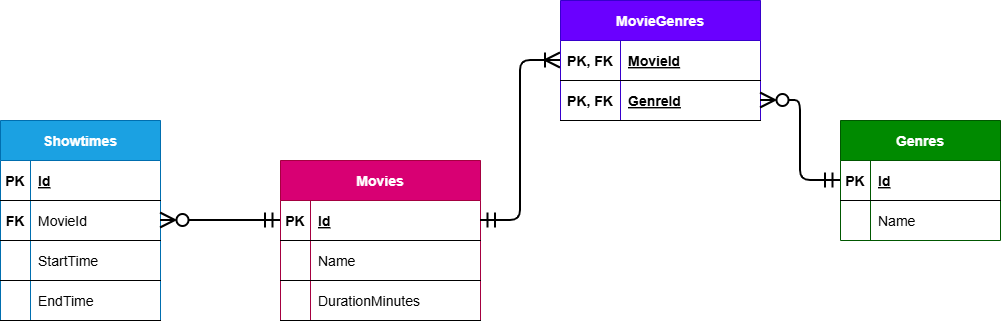
mazenaly256/Cinema-Seat-Reservation-System keeps this draw.io diagram as services/movie-service/docs/database/movie-service-database-relational-schema.png. Above is the earlier version. Source tidied: cells renumbered, new cells last; positions are measured from the earlier drawing's top-left corner, leaving out a move shared by most shapes. Source of this version:
```xml
<mxGraphModel background="light-dark(#ffffff, #121212)">
  <root>
    <mxCell id="0" />
    <mxCell id="1" parent="0" />
    <mxCell id="2" value="Movies" style="shape=table;startSize=40;rowLines=0;fontStyle=1;align=center;fillColor=#d80073;strokeColor=#A50040;fontColor=#ffffff;fontSize=14;" parent="1" vertex="1">
      <mxGeometry x="280" y="160" width="200" height="160" as="geometry" />
    </mxCell>
    <mxCell id="3" style="shape=partialRectangle;fillColor=none;points=[[0,0.5],[1,0.5]];portConstraint=eastwest;top=0;left=0;right=0;bottom=1;fontSize=14;" parent="2" vertex="1">
      <mxGeometry y="40" width="200" height="40" as="geometry" />
    </mxCell>
    <mxCell id="4" value="PK" style="shape=partialRectangle;overflow=hidden;fillColor=none;top=0;left=0;bottom=0;right=0;fontStyle=1;fontSize=14;" parent="3" vertex="1">
      <mxGeometry width="30" height="40" as="geometry" />
    </mxCell>
    <mxCell id="5" value="Id" style="shape=partialRectangle;overflow=hidden;fillColor=none;top=0;left=0;bottom=0;right=0;align=left;spacingLeft=6;fontStyle=5;fontSize=14;" parent="3" vertex="1">
      <mxGeometry x="30" width="170" height="40" as="geometry" />
    </mxCell>
    <mxCell id="6" style="shape=partialRectangle;fillColor=none;top=0;left=0;right=0;bottom=1;fontSize=14;" parent="2" vertex="1">
      <mxGeometry y="80" width="200" height="40" as="geometry" />
    </mxCell>
    <mxCell id="7" style="shape=partialRectangle;overflow=hidden;fillColor=none;top=0;left=0;bottom=0;right=0;fontStyle=1;fontSize=14;" parent="6" vertex="1">
      <mxGeometry width="30" height="40" as="geometry" />
    </mxCell>
    <mxCell id="8" value="Name" style="shape=partialRectangle;overflow=hidden;fillColor=none;top=0;left=0;bottom=0;right=0;align=left;spacingLeft=6;fontStyle=0;fontSize=14;" parent="6" vertex="1">
      <mxGeometry x="30" width="170" height="40" as="geometry" />
    </mxCell>
    <mxCell id="9" style="shape=partialRectangle;fillColor=none;top=0;left=0;right=0;bottom=1;fontSize=14;" parent="2" vertex="1">
      <mxGeometry y="120" width="200" height="40" as="geometry" />
    </mxCell>
    <mxCell id="10" style="shape=partialRectangle;overflow=hidden;fillColor=none;top=0;left=0;bottom=0;right=0;fontStyle=1;fontSize=14;" parent="9" vertex="1">
      <mxGeometry width="30" height="40" as="geometry" />
    </mxCell>
    <mxCell id="11" value="DurationMinutes" style="shape=partialRectangle;overflow=hidden;fillColor=none;top=0;left=0;bottom=0;right=0;align=left;spacingLeft=6;fontStyle=0;fontSize=14;" parent="9" vertex="1">
      <mxGeometry x="30" width="170" height="40" as="geometry" />
    </mxCell>
    <mxCell id="12" value="Genres" style="shape=table;startSize=40;rowLines=0;fontStyle=1;align=center;fillColor=#008a00;fontColor=#ffffff;strokeColor=#005700;fontSize=14;" parent="1" vertex="1">
      <mxGeometry x="840" y="120" width="160" height="120" as="geometry" />
    </mxCell>
    <mxCell id="13" style="shape=partialRectangle;fillColor=none;points=[[0,0.5],[1,0.5]];portConstraint=eastwest;top=0;left=0;right=0;bottom=1;fontSize=14;" parent="12" vertex="1">
      <mxGeometry y="40" width="160" height="40" as="geometry" />
    </mxCell>
    <mxCell id="14" value="PK" style="shape=partialRectangle;overflow=hidden;fillColor=none;top=0;left=0;bottom=0;right=0;fontStyle=1;fontSize=14;" parent="13" vertex="1">
      <mxGeometry width="30" height="40" as="geometry" />
    </mxCell>
    <mxCell id="15" value="Id" style="shape=partialRectangle;overflow=hidden;fillColor=none;top=0;left=0;bottom=0;right=0;align=left;spacingLeft=6;fontStyle=5;fontSize=14;" parent="13" vertex="1">
      <mxGeometry x="30" width="130" height="40" as="geometry" />
    </mxCell>
    <mxCell id="16" style="shape=partialRectangle;fillColor=none;top=0;left=0;right=0;bottom=0;fontSize=14;" parent="12" vertex="1">
      <mxGeometry y="80" width="160" height="40" as="geometry" />
    </mxCell>
    <mxCell id="17" style="shape=partialRectangle;overflow=hidden;fillColor=none;top=0;left=0;bottom=0;right=0;fontSize=14;" parent="16" vertex="1">
      <mxGeometry width="30" height="40" as="geometry" />
    </mxCell>
    <mxCell id="18" value="Name" style="shape=partialRectangle;overflow=hidden;fillColor=none;top=0;left=0;bottom=0;right=0;align=left;spacingLeft=6;fontSize=14;" parent="16" vertex="1">
      <mxGeometry x="30" width="130" height="40" as="geometry" />
    </mxCell>
    <mxCell id="19" value="Showtimes" style="shape=table;startSize=40;rowLines=0;fontStyle=1;align=center;fillColor=#1ba1e2;strokeColor=#006EAF;fontColor=#ffffff;fontSize=14;" parent="1" vertex="1">
      <mxGeometry y="120" width="160" height="200" as="geometry" />
    </mxCell>
    <mxCell id="20" style="shape=partialRectangle;fillColor=none;top=0;left=0;right=0;bottom=1;fontSize=14;" parent="19" vertex="1">
      <mxGeometry y="40" width="160" height="40" as="geometry" />
    </mxCell>
    <mxCell id="21" value="PK" style="shape=partialRectangle;overflow=hidden;fillColor=none;top=0;left=0;bottom=0;right=0;fontStyle=1;fontSize=14;" parent="20" vertex="1">
      <mxGeometry width="30" height="40" as="geometry" />
    </mxCell>
    <mxCell id="22" value="Id" style="shape=partialRectangle;overflow=hidden;fillColor=none;top=0;left=0;bottom=0;right=0;align=left;spacingLeft=6;fontStyle=5;fontSize=14;" parent="20" vertex="1">
      <mxGeometry x="30" width="130" height="40" as="geometry" />
    </mxCell>
    <mxCell id="23" style="shape=partialRectangle;fillColor=none;points=[[0,0.5],[1,0.5]];portConstraint=eastwest;top=0;left=0;right=0;bottom=1;fontSize=14;" parent="19" vertex="1">
      <mxGeometry y="80" width="160" height="40" as="geometry" />
    </mxCell>
    <mxCell id="24" value="FK" style="shape=partialRectangle;overflow=hidden;fillColor=none;top=0;left=0;bottom=0;right=0;fontStyle=1;fontSize=14;" parent="23" vertex="1">
      <mxGeometry width="30" height="40" as="geometry" />
    </mxCell>
    <mxCell id="25" value="MovieId" style="shape=partialRectangle;overflow=hidden;fillColor=none;top=0;left=0;bottom=0;right=0;align=left;spacingLeft=6;fontStyle=0;fontSize=14;" parent="23" vertex="1">
      <mxGeometry x="30" width="130" height="40" as="geometry" />
    </mxCell>
    <mxCell id="26" style="shape=partialRectangle;fillColor=none;top=0;left=0;right=0;bottom=1;fontSize=14;" parent="19" vertex="1">
      <mxGeometry y="120" width="160" height="40" as="geometry" />
    </mxCell>
    <mxCell id="27" style="shape=partialRectangle;overflow=hidden;fillColor=none;top=0;left=0;bottom=0;right=0;fontStyle=1;fontSize=14;" parent="26" vertex="1">
      <mxGeometry width="30" height="40" as="geometry" />
    </mxCell>
    <mxCell id="28" value="StartTime" style="shape=partialRectangle;overflow=hidden;fillColor=none;top=0;left=0;bottom=0;right=0;align=left;spacingLeft=6;fontStyle=0;fontSize=14;" parent="26" vertex="1">
      <mxGeometry x="30" width="130" height="40" as="geometry" />
    </mxCell>
    <mxCell id="29" style="shape=partialRectangle;fillColor=none;top=0;left=0;right=0;bottom=1;fontSize=14;" parent="19" vertex="1">
      <mxGeometry y="160" width="160" height="40" as="geometry" />
    </mxCell>
    <mxCell id="30" style="shape=partialRectangle;overflow=hidden;fillColor=none;top=0;left=0;bottom=0;right=0;fontStyle=1;fontSize=14;" parent="29" vertex="1">
      <mxGeometry width="30" height="40" as="geometry" />
    </mxCell>
    <mxCell id="31" value="EndTime" style="shape=partialRectangle;overflow=hidden;fillColor=none;top=0;left=0;bottom=0;right=0;align=left;spacingLeft=6;fontStyle=0;fontSize=14;" parent="29" vertex="1">
      <mxGeometry x="30" width="130" height="40" as="geometry" />
    </mxCell>
    <mxCell id="32" style="edgeStyle=orthogonalEdgeStyle;rounded=1;jettySize=auto;html=1;entryX=0;entryY=0.5;entryDx=0;entryDy=0;curved=0;endArrow=ERmandOne;endFill=0;startArrow=ERzeroToMany;startFill=0;exitX=1;exitY=0.5;exitDx=0;exitDy=0;startSize=12;endSize=12;strokeWidth=2;fontSize=14;" parent="1" edge="1" source="23" target="3">
      <mxGeometry relative="1" as="geometry" />
    </mxCell>
    <mxCell id="33" style="edgeStyle=orthogonalEdgeStyle;rounded=1;jettySize=auto;html=1;entryX=1;entryY=0.5;entryDx=0;entryDy=0;curved=0;endArrow=ERmandOne;endFill=0;startArrow=ERoneToMany;startFill=0;exitX=0;exitY=0.5;exitDx=0;exitDy=0;startSize=12;endSize=12;strokeWidth=2;fontSize=14;" parent="1" edge="1" source="35" target="3">
      <mxGeometry relative="1" as="geometry" />
    </mxCell>
    <mxCell id="34" value="MovieGenres" style="shape=table;startSize=40;rowLines=0;fontStyle=1;align=center;fillColor=#6a00ff;strokeColor=#3700CC;fontColor=#ffffff;fontSize=14;" parent="1" vertex="1">
      <mxGeometry x="560" width="200" height="120" as="geometry" />
    </mxCell>
    <mxCell id="35" style="shape=partialRectangle;fillColor=none;points=[[0,0.5],[1,0.5]];portConstraint=eastwest;top=0;left=0;right=0;bottom=1;fontSize=14;" parent="34" vertex="1">
      <mxGeometry y="40" width="200" height="40" as="geometry" />
    </mxCell>
    <mxCell id="36" value="PK, FK" style="shape=partialRectangle;overflow=hidden;fillColor=none;top=0;left=0;bottom=0;right=0;fontStyle=1;fontSize=14;" parent="35" vertex="1">
      <mxGeometry width="60" height="40" as="geometry" />
    </mxCell>
    <mxCell id="37" value="MovieId" style="shape=partialRectangle;overflow=hidden;fillColor=none;top=0;left=0;bottom=0;right=0;align=left;spacingLeft=6;fontStyle=5;fontSize=14;" parent="35" vertex="1">
      <mxGeometry x="60" width="140" height="40" as="geometry" />
    </mxCell>
    <mxCell id="38" style="shape=partialRectangle;fillColor=none;points=[[0,0.5],[1,0.5]];portConstraint=eastwest;top=0;left=0;right=0;bottom=1;fontSize=14;" parent="34" vertex="1">
      <mxGeometry y="80" width="200" height="40" as="geometry" />
    </mxCell>
    <mxCell id="39" value="PK, FK" style="shape=partialRectangle;overflow=hidden;fillColor=none;top=0;left=0;bottom=0;right=0;fontStyle=1;fontSize=14;" parent="38" vertex="1">
      <mxGeometry width="60" height="40" as="geometry" />
    </mxCell>
    <mxCell id="40" value="GenreId" style="shape=partialRectangle;overflow=hidden;fillColor=none;top=0;left=0;bottom=0;right=0;align=left;spacingLeft=6;fontStyle=5;fontSize=14;" parent="38" vertex="1">
      <mxGeometry x="60" width="140" height="40" as="geometry" />
    </mxCell>
    <mxCell id="41" style="edgeStyle=orthogonalEdgeStyle;rounded=1;jettySize=auto;html=1;entryX=0;entryY=0.5;entryDx=0;entryDy=0;curved=0;endArrow=ERmandOne;endFill=0;startArrow=ERzeroToMany;startFill=0;exitX=1;exitY=0.5;exitDx=0;exitDy=0;startSize=12;endSize=12;strokeWidth=2;fontSize=14;" parent="1" edge="1" source="38" target="13">
      <mxGeometry relative="1" as="geometry" />
    </mxCell>
  </root>
</mxGraphModel>
```
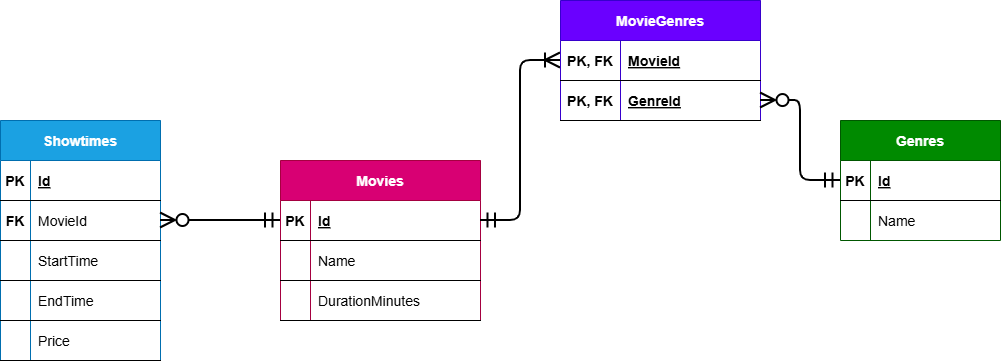
Later version of the same file.

Commit message:
docs(movie-service): update movies and showtimes APIs documentation and update relational schema to include 'Price' column in Showtimes

Diff of the diagram source:
```diff
@@ -54,7 +54,7 @@
       <mxGeometry x="30" width="130" height="40" as="geometry" />
     </mxCell>
     <mxCell id="19" value="Showtimes" style="shape=table;startSize=40;rowLines=0;fontStyle=1;align=center;fillColor=#1ba1e2;strokeColor=#006EAF;fontColor=#ffffff;fontSize=14;" parent="1" vertex="1">
-      <mxGeometry y="120" width="160" height="200" as="geometry" />
+      <mxGeometry y="120" width="160" height="240" as="geometry" />
     </mxCell>
     <mxCell id="20" style="shape=partialRectangle;fillColor=none;top=0;left=0;right=0;bottom=1;fontSize=14;" parent="19" vertex="1">
       <mxGeometry y="40" width="160" height="40" as="geometry" />
@@ -92,6 +92,15 @@
     <mxCell id="31" value="EndTime" style="shape=partialRectangle;overflow=hidden;fillColor=none;top=0;left=0;bottom=0;right=0;align=left;spacingLeft=6;fontStyle=0;fontSize=14;" parent="29" vertex="1">
       <mxGeometry x="30" width="130" height="40" as="geometry" />
     </mxCell>
+    <mxCell id="42" style="shape=partialRectangle;fillColor=none;top=0;left=0;right=0;bottom=1;fontSize=14;" parent="19" vertex="1">
+      <mxGeometry y="200" width="160" height="40" as="geometry" />
+    </mxCell>
+    <mxCell id="43" style="shape=partialRectangle;overflow=hidden;fillColor=none;top=0;left=0;bottom=0;right=0;fontStyle=1;fontSize=14;" parent="42" vertex="1">
+      <mxGeometry width="30" height="40" as="geometry" />
+    </mxCell>
+    <mxCell id="44" value="Price" style="shape=partialRectangle;overflow=hidden;fillColor=none;top=0;left=0;bottom=0;right=0;align=left;spacingLeft=6;fontStyle=0;fontSize=14;" parent="42" vertex="1">
+      <mxGeometry x="30" width="130" height="40" as="geometry" />
+    </mxCell>
     <mxCell id="32" style="edgeStyle=orthogonalEdgeStyle;rounded=1;jettySize=auto;html=1;entryX=0;entryY=0.5;entryDx=0;entryDy=0;curved=0;endArrow=ERmandOne;endFill=0;startArrow=ERzeroToMany;startFill=0;exitX=1;exitY=0.5;exitDx=0;exitDy=0;startSize=12;endSize=12;strokeWidth=2;fontSize=14;" parent="1" edge="1" source="23" target="3">
       <mxGeometry relative="1" as="geometry" />
     </mxCell>
```
